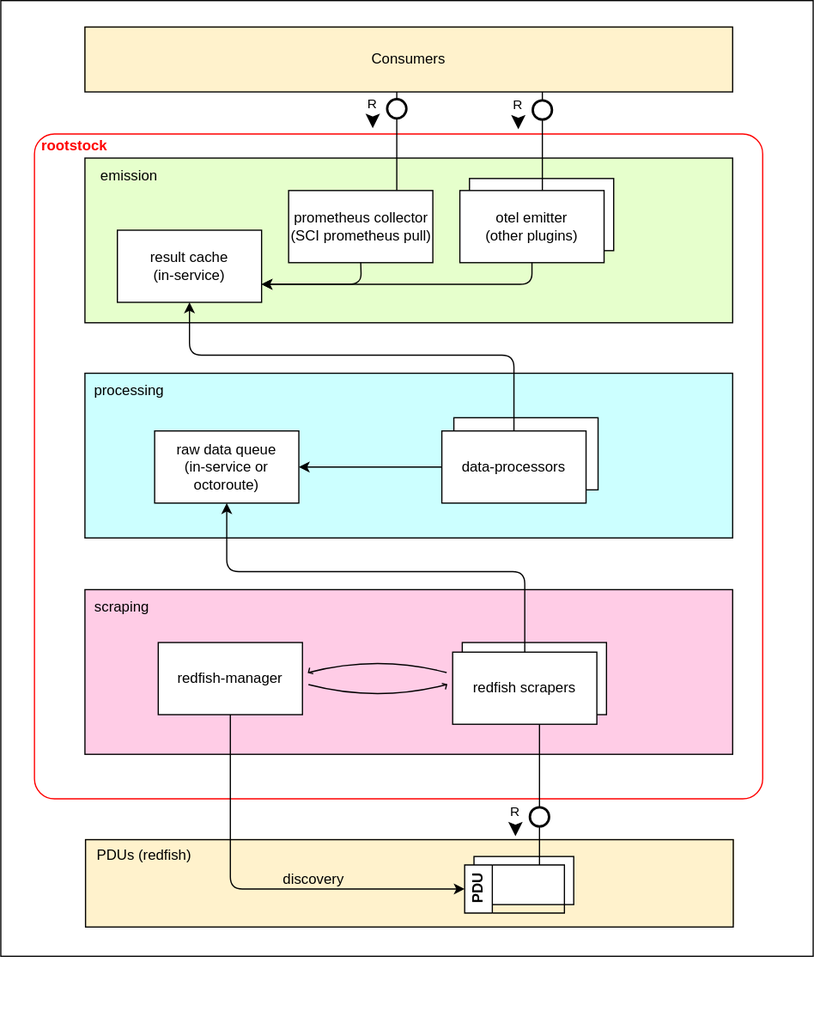
Above: docs/design/package_architecture.svg in cloudoperators/rootstock (draw.io), before the change. Source tidied: cells renumbered, new cells last; positions are measured from the earlier drawing's top-left corner, leaving out a move shared by most shapes.
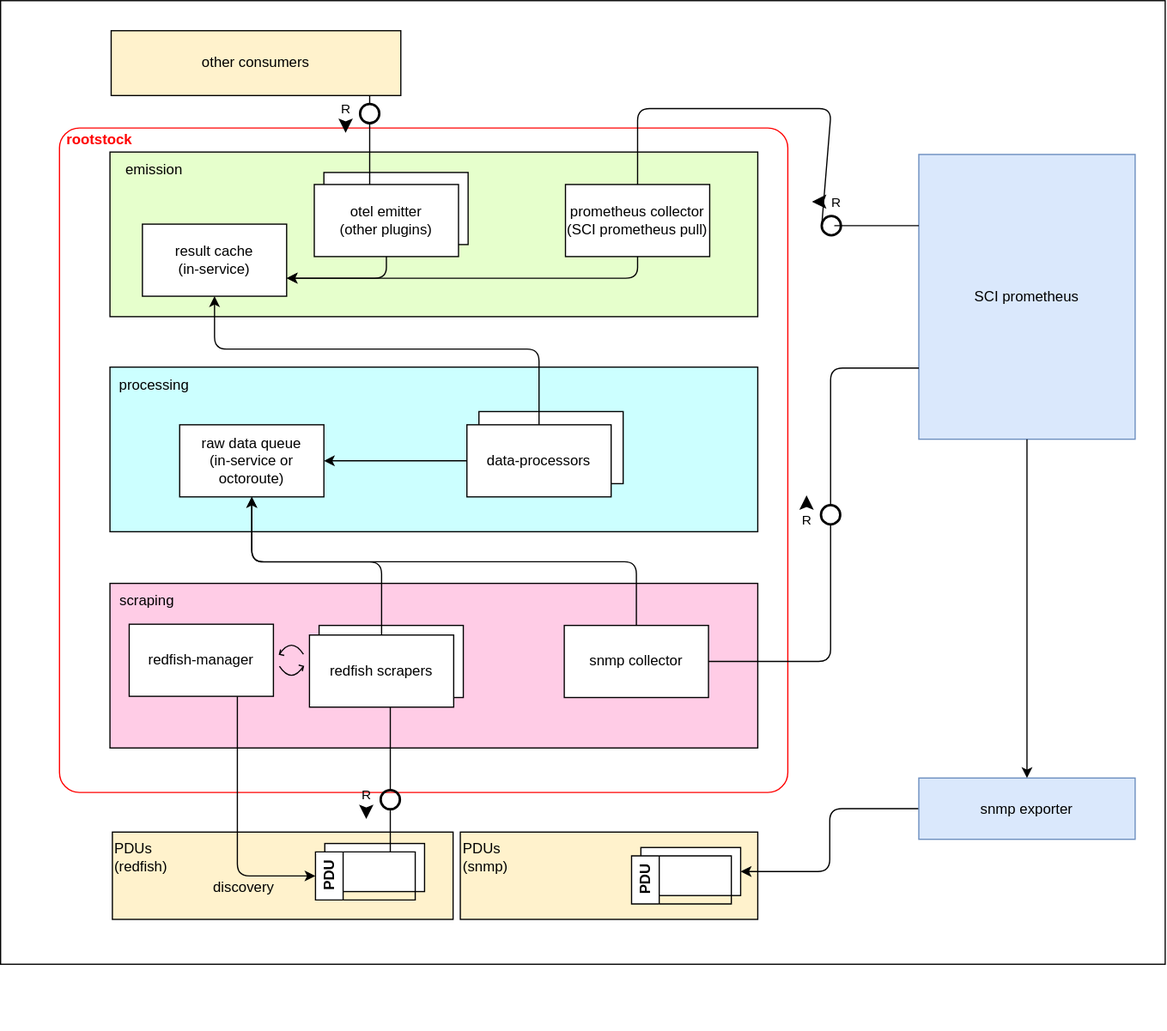
Later version of the same file.

Diff of the diagram source:
```diff
@@ -5,17 +5,14 @@
     <mxCell id="2" value="Best viewed with the &lt;a href=&quot;https://github.com/ariel-bentu/tam-drawio&quot;&gt;TAM plugin&lt;/a&gt;" style="text;html=1;shape=tamPluginMissing;" parent="1" vertex="1">
       <mxGeometry x="238" y="825" width="200" height="25" as="geometry" />
     </mxCell>
-    <mxCell id="3" style="group;" parent="1" vertex="1">
-      <mxGeometry width="676" height="795" as="geometry" />
-    </mxCell>
-    <mxCell id="4" style="rounded=0;whiteSpace=wrap;html=1;" parent="3" vertex="1">
-      <mxGeometry width="676" height="795" as="geometry" />
+    <mxCell id="4" style="rounded=0;whiteSpace=wrap;html=1;" parent="1" vertex="1">
+      <mxGeometry x="-327" y="-7" width="969" height="802" as="geometry" />
     </mxCell>
-    <mxCell id="5" style="rounded=1;whiteSpace=wrap;html=1;arcSize=3;fillColor=none;strokeColor=#FF0000;" parent="3" vertex="1">
-      <mxGeometry x="28" y="111" width="606" height="553" as="geometry" />
+    <mxCell id="5" style="rounded=1;whiteSpace=wrap;html=1;arcSize=3;fillColor=none;strokeColor=#FF0000;" parent="1" vertex="1">
+      <mxGeometry x="-278" y="99" width="606" height="553" as="geometry" />
     </mxCell>
-    <mxCell id="6" style="group;" parent="3" vertex="1">
-      <mxGeometry x="70" y="310" width="539" height="146" as="geometry" />
+    <mxCell id="6" style="group;" parent="1" vertex="1">
+      <mxGeometry x="-236" y="298" width="539" height="146" as="geometry" />
     </mxCell>
     <mxCell id="7" style="rounded=0;whiteSpace=wrap;html=1;fillColor=#CCFFFF;" parent="6" vertex="1">
       <mxGeometry width="539" height="137" as="geometry" />
@@ -32,6 +29,18 @@
     <mxCell id="11" value="emission" style="text;html=1;align=center;verticalAlign=middle;whiteSpace=wrap;rounded=0;" parent="9" vertex="1">
       <mxGeometry x="7" width="60" height="30" as="geometry" />
     </mxCell>
+    <mxCell id="20" value="prometheus collector&lt;div&gt;(SCI prometheus pull)&lt;/div&gt;" style="rounded=0;whiteSpace=wrap;html=1;" parent="9" vertex="1">
+      <mxGeometry x="379" y="27" width="120" height="60" as="geometry" />
+    </mxCell>
+    <mxCell id="21" style="group;" parent="9" vertex="1">
+      <mxGeometry x="170" y="17" width="128" height="70" as="geometry" />
+    </mxCell>
+    <mxCell id="22" value="otel emitter&lt;div&gt;(other plugins)&lt;/div&gt;" style="rounded=0;whiteSpace=wrap;html=1;" parent="21" vertex="1">
+      <mxGeometry x="8" width="120" height="60" as="geometry" />
+    </mxCell>
+    <mxCell id="23" value="otel emitter&lt;div&gt;(other plugins)&lt;/div&gt;" style="rounded=0;whiteSpace=wrap;html=1;" parent="21" vertex="1">
+      <mxGeometry y="10" width="120" height="60" as="geometry" />
+    </mxCell>
     <mxCell id="12" style="group;" parent="6" vertex="1">
       <mxGeometry x="297" y="37" width="130" height="71" as="geometry" />
     </mxCell>
@@ -47,8 +56,8 @@
     <mxCell id="16" style="edgeStyle=none;html=1;" parent="6" edge="1" source="14" target="15">
       <mxGeometry relative="1" as="geometry" />
     </mxCell>
-    <mxCell id="17" style="group;" parent="3" vertex="1">
-      <mxGeometry x="70" y="490" width="539" height="137" as="geometry" />
+    <mxCell id="17" style="group;" parent="1" vertex="1">
+      <mxGeometry x="-236" y="478" width="539" height="137" as="geometry" />
     </mxCell>
     <mxCell id="18" style="rounded=0;whiteSpace=wrap;html=1;fillColor=#FFCCE6;" parent="17" vertex="1">
       <mxGeometry width="539" height="137" as="geometry" />
@@ -56,26 +65,11 @@
     <mxCell id="19" value="scraping" style="text;html=1;align=center;verticalAlign=middle;whiteSpace=wrap;rounded=0;" parent="17" vertex="1">
       <mxGeometry x="1" width="60" height="30" as="geometry" />
     </mxCell>
-    <mxCell id="20" value="prometheus collector&lt;div&gt;(SCI prometheus pull)&lt;/div&gt;" style="rounded=0;whiteSpace=wrap;html=1;" parent="3" vertex="1">
-      <mxGeometry x="239.5" y="158" width="120" height="60" as="geometry" />
-    </mxCell>
-    <mxCell id="21" style="group;" parent="3" vertex="1">
-      <mxGeometry x="382" y="148" width="128" height="70" as="geometry" />
-    </mxCell>
-    <mxCell id="22" value="otel emitter&lt;div&gt;(other plugins)&lt;/div&gt;" style="rounded=0;whiteSpace=wrap;html=1;" parent="21" vertex="1">
-      <mxGeometry x="8" width="120" height="60" as="geometry" />
-    </mxCell>
-    <mxCell id="23" value="otel emitter&lt;div&gt;(other plugins)&lt;/div&gt;" style="rounded=0;whiteSpace=wrap;html=1;" parent="21" vertex="1">
-      <mxGeometry y="10" width="120" height="60" as="geometry" />
-    </mxCell>
-    <mxCell id="24" value="result cache&lt;div&gt;(in-service)&lt;/div&gt;" style="rounded=0;whiteSpace=wrap;html=1;" parent="3" vertex="1">
-      <mxGeometry x="97" y="191" width="120" height="60" as="geometry" />
-    </mxCell>
-    <mxCell id="25" value="redfish-manager" style="rounded=0;whiteSpace=wrap;html=1;" parent="3" vertex="1">
-      <mxGeometry x="131" y="534" width="120" height="60" as="geometry" />
+    <mxCell id="25" value="redfish-manager" style="rounded=0;whiteSpace=wrap;html=1;" parent="17" vertex="1">
+      <mxGeometry x="16" y="34" width="120" height="60" as="geometry" />
     </mxCell>
-    <mxCell id="26" style="group;" parent="3" vertex="1">
-      <mxGeometry x="376" y="534" width="128" height="68" as="geometry" />
+    <mxCell id="26" style="group;" parent="17" vertex="1">
+      <mxGeometry x="166" y="35" width="128" height="68" as="geometry" />
     </mxCell>
     <mxCell id="27" value="redfish scraper" style="rounded=0;whiteSpace=wrap;html=1;" parent="26" vertex="1">
       <mxGeometry x="8" width="120" height="60" as="geometry" />
@@ -83,23 +77,81 @@
     <mxCell id="28" value="redfish scrapers" style="rounded=0;whiteSpace=wrap;html=1;" parent="26" vertex="1">
       <mxGeometry y="8" width="120" height="60" as="geometry" />
     </mxCell>
-    <mxCell id="29" style="group;fillColor=#FFF2CC;strokeColor=#d6b656;" parent="3" vertex="1">
-      <mxGeometry x="70" y="22" width="539" height="52" as="geometry" />
-    </mxCell>
+    <mxCell id="46" style="shape=updateedge;endArrow=none;exitX=1;exitY=0.5;exitDx=0;exitDy=0;entryX=0;entryY=0.5;entryDx=0;entryDy=0;" parent="17" edge="1" source="25" target="28">
+      <mxGeometry relative="1" as="geometry" />
+    </mxCell>
+    <mxCell id="48" value="snmp collector" style="rounded=0;whiteSpace=wrap;html=1;" parent="17" vertex="1">
+      <mxGeometry x="378" y="35" width="120" height="60" as="geometry" />
+    </mxCell>
+    <mxCell id="24" value="result cache&lt;div&gt;(in-service)&lt;/div&gt;" style="rounded=0;whiteSpace=wrap;html=1;" parent="1" vertex="1">
+      <mxGeometry x="-209" y="179" width="120" height="60" as="geometry" />
+    </mxCell>
+    <mxCell id="40" style="edgeStyle=elbowEdgeStyle;html=1;labelBackgroundColor=none;rounded=1;elbow=vertical;endArrow=classic;endFill=1;align=center;entryX=0.5;entryY=1;entryDx=0;entryDy=0;exitX=0.5;exitY=0;exitDx=0;exitDy=0;" parent="1" edge="1" source="28" target="15">
+      <mxGeometry relative="1" as="geometry">
+        <Array as="points">
+          <mxPoint x="-69" y="460.2" />
+        </Array>
+      </mxGeometry>
+    </mxCell>
+    <mxCell id="41" style="edgeStyle=elbowEdgeStyle;html=1;labelBackgroundColor=none;rounded=1;elbow=vertical;endArrow=classic;endFill=1;align=center;entryX=0.5;entryY=1;entryDx=0;entryDy=0;exitX=0.5;exitY=0;exitDx=0;exitDy=0;" parent="1" edge="1" source="14" target="24">
+      <mxGeometry relative="1" as="geometry">
+        <Array as="points">
+          <mxPoint x="-14" y="283" />
+        </Array>
+      </mxGeometry>
+    </mxCell>
+    <mxCell id="44" style="edgeStyle=elbowEdgeStyle;html=1;labelBackgroundColor=none;rounded=1;elbow=horizontal;endArrow=classic;endFill=1;align=left;exitX=0.5;exitY=1;exitDx=0;exitDy=0;entryX=1;entryY=0.75;entryDx=0;entryDy=0;" parent="1" edge="1" source="20" target="24">
+      <mxGeometry relative="1" as="geometry">
+        <Array as="points">
+          <mxPoint x="203" y="224" />
+        </Array>
+      </mxGeometry>
+    </mxCell>
+    <mxCell id="45" style="edgeStyle=elbowEdgeStyle;html=1;labelBackgroundColor=none;rounded=1;elbow=horizontal;endArrow=classic;endFill=1;align=left;exitX=0.5;exitY=1;exitDx=0;exitDy=0;entryX=1;entryY=0.75;entryDx=0;entryDy=0;" parent="1" edge="1" source="23" target="24">
+      <mxGeometry relative="1" as="geometry">
+        <Array as="points">
+          <mxPoint x="-6" y="220.7" />
+        </Array>
+      </mxGeometry>
+    </mxCell>
+    <mxCell id="47" value="rootstock" style="text;align=center;verticalAlign=middle;strokeColor=none;fillColor=none;fontColor=#FF0000;fontStyle=1;" parent="1" vertex="1">
+      <mxGeometry x="-278" y="95" width="67" height="26" as="geometry" />
+    </mxCell>
-    <mxCell id="30" value="Consumers" style="rounded=0;whiteSpace=wrap;html=1;fillColor=#FFF2CC;" parent="29" vertex="1">
-      <mxGeometry width="539" height="54" as="geometry" />
+    <mxCell id="30" value="other consumers" style="rounded=0;whiteSpace=wrap;html=1;fillColor=#FFF2CC;" parent="1" vertex="1">
+      <mxGeometry x="-235" y="18" width="241" height="54" as="geometry" />
     </mxCell>
-    <mxCell id="31" style="group;fillColor=#FFF2CC;strokeColor=#d6b656;" parent="3" vertex="1">
-      <mxGeometry x="70.5" y="698" width="539" height="70" as="geometry" />
-    </mxCell>
+    <mxCell id="49" value="SCI prometheus" style="rounded=0;whiteSpace=wrap;html=1;fillColor=#dae8fc;strokeColor=#6c8ebf;" parent="1" vertex="1">
+      <mxGeometry x="437" y="121" width="180" height="237" as="geometry" />
+    </mxCell>
+    <mxCell id="50" style="group;" parent="1" vertex="1">
+      <mxGeometry x="55.5" y="685" width="247.5" height="72.6" as="geometry" />
+    </mxCell>
+    <mxCell id="51" style="rounded=0;whiteSpace=wrap;html=1;fillColor=#FFF2CC;" parent="50" vertex="1">
+      <mxGeometry width="247.5" height="72.7" as="geometry" />
+    </mxCell>
+    <mxCell id="52" value="PDUs&lt;div&gt;(snmp)&lt;/div&gt;" style="text;html=1;align=left;verticalAlign=middle;strokeColor=none;fillColor=none;" parent="50" vertex="1">
+      <mxGeometry width="55" height="41" as="geometry" />
+    </mxCell>
+    <mxCell id="53" style="group;" parent="50" vertex="1">
+      <mxGeometry x="142.5" y="12.8" width="90.8" height="47" as="geometry" />
+    </mxCell>
+    <mxCell id="54" style="rounded=0;whiteSpace=wrap;html=1;fillColor=#FFFFFF;" parent="53" vertex="1">
+      <mxGeometry x="7.8" width="83" height="40" as="geometry" />
+    </mxCell>
+    <mxCell id="55" value="PDU" style="swimlane;horizontal=0;whiteSpace=wrap;html=1;fillColor=#FFFFFF;fillStyle=solid;" parent="53" vertex="1">
+      <mxGeometry y="7" width="83" height="40" as="geometry" />
+    </mxCell>
+    <mxCell id="56" style="group;" parent="1" vertex="1">
+      <mxGeometry x="-234" y="685" width="283.5" height="72.6" as="geometry" />
+    </mxCell>
-    <mxCell id="32" style="rounded=0;whiteSpace=wrap;html=1;fillColor=#FFF2CC;" parent="31" vertex="1">
-      <mxGeometry width="539" height="72.7" as="geometry" />
+    <mxCell id="32" style="rounded=0;whiteSpace=wrap;html=1;fillColor=#FFF2CC;" parent="56" vertex="1">
+      <mxGeometry width="283.5" height="72.7" as="geometry" />
     </mxCell>
-    <mxCell id="33" value="PDUs (redfish)" style="text;html=1;align=center;verticalAlign=middle;strokeColor=none;fillColor=none;" parent="31" vertex="1">
-      <mxGeometry width="97" height="26" as="geometry" />
+    <mxCell id="33" value="PDUs&lt;div&gt;(redfish)&lt;/div&gt;" style="text;html=1;align=left;verticalAlign=middle;strokeColor=none;fillColor=none;" parent="56" vertex="1">
+      <mxGeometry width="62" height="41" as="geometry" />
     </mxCell>
-    <mxCell id="34" style="group;" parent="31" vertex="1">
-      <mxGeometry x="315.5" y="14" width="90.8" height="47" as="geometry" />
+    <mxCell id="34" style="group;" parent="56" vertex="1">
+      <mxGeometry x="169" y="9.5" width="90.8" height="47" as="geometry" />
     </mxCell>
     <mxCell id="35" style="rounded=0;whiteSpace=wrap;html=1;fillColor=#FFFFFF;" parent="34" vertex="1">
       <mxGeometry x="7.8" width="83" height="40" as="geometry" />
@@ -107,54 +159,49 @@
     <mxCell id="36" value="PDU" style="swimlane;horizontal=0;whiteSpace=wrap;html=1;fillColor=#FFFFFF;fillStyle=solid;" parent="34" vertex="1">
       <mxGeometry y="7" width="83" height="40" as="geometry" />
     </mxCell>
-    <mxCell id="37" value="discovery" style="text;html=1;align=center;verticalAlign=middle;strokeColor=none;fillColor=none;" parent="31" vertex="1">
-      <mxGeometry x="154.5" y="20" width="69" height="26" as="geometry" />
+    <mxCell id="37" value="discovery" style="text;html=1;align=center;verticalAlign=middle;strokeColor=none;fillColor=none;" parent="56" vertex="1">
+      <mxGeometry x="74.5" y="33" width="69" height="26" as="geometry" />
     </mxCell>
-    <mxCell id="38" style="edgeStyle=orthogonalEdgeStyle;html=1;labelBackgroundColor=none;rounded=1;elbow=horizontal;endArrow=classic;endFill=1;align=left;exitX=0.5;exitY=1;exitDx=0;exitDy=0;entryX=0;entryY=0.5;entryDx=0;entryDy=0;" parent="3" edge="1" source="25" target="36">
+    <mxCell id="38" style="edgeStyle=orthogonalEdgeStyle;html=1;labelBackgroundColor=none;rounded=1;elbow=horizontal;endArrow=classic;endFill=1;align=left;exitX=0.75;exitY=1;exitDx=0;exitDy=0;entryX=0;entryY=0.5;entryDx=0;entryDy=0;" parent="1" edge="1" source="25" target="36">
       <mxGeometry relative="1" as="geometry" />
     </mxCell>
+    <mxCell id="57" style="edgeStyle=orthogonalEdgeStyle;html=1;entryX=1;entryY=0.5;entryDx=0;entryDy=0;" parent="1" edge="1" source="58" target="54">
+      <mxGeometry relative="1" as="geometry" />
+    </mxCell>
+    <mxCell id="58" value="snmp exporter" style="rounded=0;whiteSpace=wrap;html=1;fillColor=#dae8fc;strokeColor=#6c8ebf;" parent="1" vertex="1">
+      <mxGeometry x="437" y="640" width="180" height="51" as="geometry" />
+    </mxCell>
+    <mxCell id="59" style="edgeStyle=elbowEdgeStyle;html=1;labelBackgroundColor=none;rounded=1;elbow=vertical;endArrow=classic;endFill=1;align=center;entryX=0.5;entryY=1;entryDx=0;entryDy=0;exitX=0.5;exitY=0;exitDx=0;exitDy=0;" parent="1" edge="1" source="48" target="15">
+      <mxGeometry relative="1" as="geometry">
+        <Array as="points">
+          <mxPoint x="41" y="460" />
+        </Array>
+      </mxGeometry>
+    </mxCell>
+    <mxCell id="60" style="endArrow=classic;html=1;entryX=0.5;entryY=0;entryDx=0;entryDy=0;exitX=0.5;exitY=1;exitDx=0;exitDy=0;" parent="1" edge="1" source="49" target="58">
+      <mxGeometry relative="1" as="geometry" />
+    </mxCell>
+    <mxCell id="61" style="rounded=1;shape=useedge;edgeStyle=elbowEdgeStyle;elbow=horizontal;endArrow=none;useSignPosition=left;useSignDirection=south;exitX=0;exitY=0.75;exitDx=0;exitDy=0;entryX=1;entryY=0.5;entryDx=0;entryDy=0;" parent="1" edge="1" source="49" target="48">
+      <mxGeometry relative="1" as="geometry">
+        <Array as="points">
+          <mxPoint x="363.6" y="418.4" />
+        </Array>
+      </mxGeometry>
+    </mxCell>
+    <mxCell id="43" style="shape=useedge;vertical=true;edgeStyle=none;endArrow=none;useSignPosition=left;useSignDirection=south;dx=8;dy=15;entryX=0.75;entryY=1;entryDx=0;entryDy=0;" parent="1" edge="1" source="23" target="30">
+      <mxGeometry relative="1" as="geometry" />
+    </mxCell>
+    <mxCell id="62" style="rounded=1;shape=useedge;vertical=true;endArrow=none;useSignPosition=up;useSignDirection=east;exitX=0;exitY=0.25;exitDx=0;exitDy=0;entryX=0.5;entryY=0;entryDx=0;entryDy=0;edgeStyle=orthogonalEdgeStyle;endFill=0;" parent="1" edge="1" source="49" target="20">
+      <mxGeometry relative="1" as="geometry">
+        <Array as="points">
+          <mxPoint x="364.2" y="180.3" />
+          <mxPoint x="364.2" y="82.8" />
+          <mxPoint x="203" y="82.8" />
+        </Array>
+      </mxGeometry>
+    </mxCell>
-    <mxCell id="39" style="shape=useedge;vertical=true;edgeStyle=none;endArrow=none;useSignPosition=left;useSignDirection=south;entryX=0.5;entryY=1;entryDx=0;entryDy=0;exitX=0.75;exitY=0;exitDx=0;exitDy=0;dx=12;dy=77;" parent="3" edge="1" source="36" target="28">
+    <mxCell id="39" style="shape=useedge;vertical=true;edgeStyle=none;endArrow=none;useSignPosition=left;useSignDirection=south;entryX=0.5;entryY=1;entryDx=0;entryDy=0;exitX=0.75;exitY=0;exitDx=0;exitDy=0;dx=12;dy=77;" parent="1" edge="1" source="36" target="28">
       <mxGeometry relative="1" as="geometry" />
     </mxCell>
-    <mxCell id="40" style="edgeStyle=elbowEdgeStyle;html=1;labelBackgroundColor=none;rounded=1;elbow=vertical;endArrow=classic;endFill=1;align=center;entryX=0.5;entryY=1;entryDx=0;entryDy=0;exitX=0.5;exitY=0;exitDx=0;exitDy=0;" parent="3" edge="1" source="28" target="15">
-      <mxGeometry relative="1" as="geometry">
-        <Array as="points">
-          <mxPoint x="294" y="475" />
-        </Array>
-      </mxGeometry>
-    </mxCell>
-    <mxCell id="41" style="edgeStyle=elbowEdgeStyle;html=1;labelBackgroundColor=none;rounded=1;elbow=vertical;endArrow=classic;endFill=1;align=center;entryX=0.5;entryY=1;entryDx=0;entryDy=0;exitX=0.5;exitY=0;exitDx=0;exitDy=0;" parent="3" edge="1" source="14" target="24">
-      <mxGeometry relative="1" as="geometry">
-        <Array as="points">
-          <mxPoint x="292" y="295" />
-        </Array>
-      </mxGeometry>
-    </mxCell>
-    <mxCell id="42" style="shape=useedge;vertical=true;edgeStyle=none;endArrow=none;useSignPosition=left;useSignDirection=south;exitX=0.75;exitY=0;exitDx=0;exitDy=0;dx=8;dy=14;" parent="3" edge="1" source="20" target="30">
-      <mxGeometry relative="1" as="geometry" />
-    </mxCell>
-    <mxCell id="43" style="shape=useedge;vertical=true;edgeStyle=none;endArrow=none;useSignPosition=left;useSignDirection=south;entryX=0.75;entryY=1;entryDx=0;entryDy=0;dx=8;dy=15;" parent="3" edge="1" source="23" target="30">
-      <mxGeometry relative="1" as="geometry" />
-    </mxCell>
-    <mxCell id="44" style="edgeStyle=elbowEdgeStyle;html=1;labelBackgroundColor=none;rounded=1;elbow=horizontal;endArrow=classic;endFill=1;align=left;exitX=0.5;exitY=1;exitDx=0;exitDy=0;entryX=1;entryY=0.75;entryDx=0;entryDy=0;" parent="3" edge="1" source="20" target="24">
-      <mxGeometry relative="1" as="geometry">
-        <Array as="points">
-          <mxPoint x="300" y="230" />
-        </Array>
-      </mxGeometry>
-    </mxCell>
-    <mxCell id="45" style="edgeStyle=elbowEdgeStyle;html=1;labelBackgroundColor=none;rounded=1;elbow=horizontal;endArrow=classic;endFill=1;align=left;exitX=0.5;exitY=1;exitDx=0;exitDy=0;entryX=1;entryY=0.75;entryDx=0;entryDy=0;" parent="3" edge="1" source="23" target="24">
-      <mxGeometry relative="1" as="geometry">
-        <Array as="points">
-          <mxPoint x="442" y="233" />
-        </Array>
-      </mxGeometry>
-    </mxCell>
-    <mxCell id="46" style="shape=updateedge;endArrow=none;exitX=1;exitY=0.5;exitDx=0;exitDy=0;entryX=0;entryY=0.5;entryDx=0;entryDy=0;" parent="3" edge="1" source="25" target="28">
-      <mxGeometry relative="1" as="geometry" />
-    </mxCell>
-    <mxCell id="47" value="rootstock" style="text;align=center;verticalAlign=middle;strokeColor=none;fillColor=none;fontColor=#FF0000;fontStyle=1;" parent="3" vertex="1">
-      <mxGeometry x="28" y="107" width="67" height="26" as="geometry" />
-    </mxCell>
   </root>
 </mxGraphModel>
```
